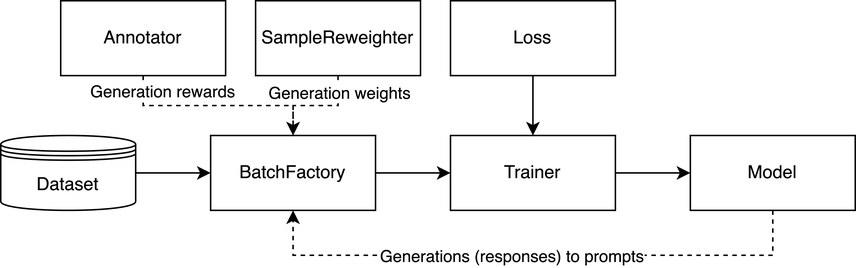
Shawn-Guo-CN/Alignment_with_Huggingface keeps this draw.io diagram as docs/figs/sys_data_flow.png. Above is the earlier version. Source tidied: cells renumbered, new cells last; positions are measured from the earlier drawing's top-left corner, leaving out a move shared by most shapes.
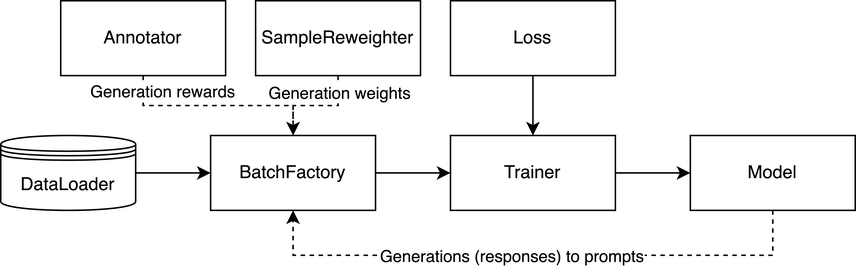
After the change.

Commit message:
changed `Dataset` to `DataLoader`

Change to the diagram source:
```diff
@@ -5,7 +5,7 @@
     <mxCell id="2" style="edgeStyle=orthogonalEdgeStyle;rounded=0;jettySize=auto;html=1;exitX=1;exitY=0.5;exitDx=0;exitDy=0;entryX=0;entryY=0.5;entryDx=0;entryDy=0;" parent="1" edge="1" source="3" target="7">
       <mxGeometry relative="1" as="geometry" />
     </mxCell>
-    <mxCell id="3" value="Dataset" style="shape=datastore;whiteSpace=wrap;html=1;" parent="1" vertex="1">
+    <mxCell id="3" value="DataLoader" style="shape=datastore;whiteSpace=wrap;html=1;" parent="1" vertex="1">
       <mxGeometry y="90" width="90" height="50" as="geometry" />
     </mxCell>
     <mxCell id="4" style="edgeStyle=orthogonalEdgeStyle;rounded=0;jettySize=auto;html=1;exitX=1;exitY=0.5;exitDx=0;exitDy=0;entryX=0;entryY=0.5;entryDx=0;entryDy=0;" parent="1" edge="1" source="5" target="10">
```
